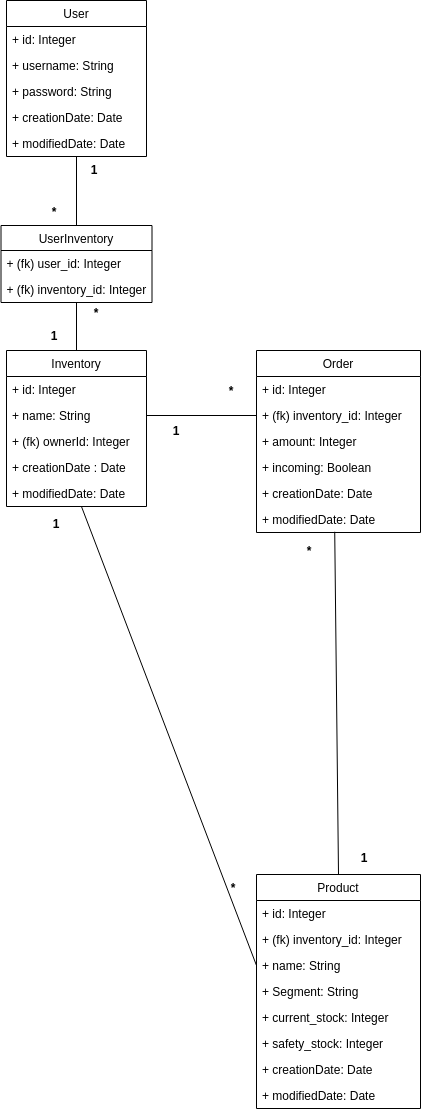
This is documents/pictures/tietokantakaavio_V4.png from jkukko/InventoryManagement, a draw.io export, as it was before one commit. Source tidied: cells renumbered, new cells last; positions are measured from the earlier drawing's top-left corner, leaving out a move shared by most shapes.
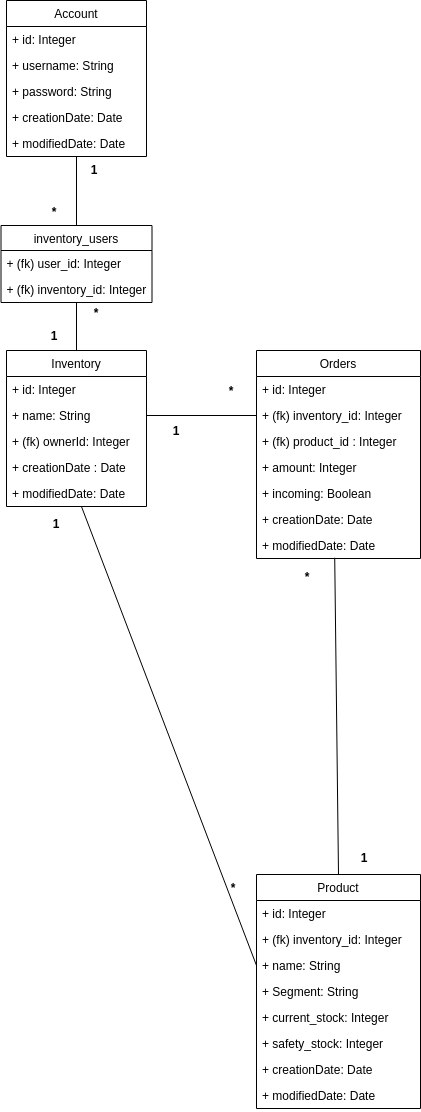
After the change.

Change to the diagram source:
```diff
@@ -7,7 +7,7 @@
         <mxPoint x="256" y="415" as="targetPoint" />
       </mxGeometry>
     </mxCell>
-    <mxCell id="3" value="User" style="swimlane;fontStyle=0;horizontal=1;startSize=26;fillColor=none;" parent="1" vertex="1">
+    <mxCell id="3" value="Account" style="swimlane;fontStyle=0;horizontal=1;startSize=26;fillColor=none;" parent="1" vertex="1">
       <mxGeometry x="6" width="140" height="156" as="geometry" />
     </mxCell>
     <mxCell id="4" value="+ id: Integer" style="text;strokeColor=none;fillColor=none;align=left;verticalAlign=top;spacingLeft=4;spacingRight=4;overflow=hidden;" parent="3" vertex="1">
@@ -25,8 +25,8 @@
     <mxCell id="8" value="+ modifiedDate: Date" style="text;strokeColor=none;fillColor=none;align=left;verticalAlign=top;spacingLeft=4;spacingRight=4;overflow=hidden;points=[[0,0.5],[1,0.5]];portConstraint=eastwest;" parent="3" vertex="1">
       <mxGeometry y="130" width="140" height="26" as="geometry" />
     </mxCell>
-    <mxCell id="9" value="Order" style="swimlane;fontStyle=0;horizontal=1;startSize=26;fillColor=none;" parent="1" vertex="1">
-      <mxGeometry x="256" y="350" width="164" height="182" as="geometry" />
+    <mxCell id="9" value="Orders" style="swimlane;fontStyle=0;horizontal=1;startSize=26;fillColor=none;" parent="1" vertex="1">
+      <mxGeometry x="256" y="350" width="164" height="208" as="geometry" />
     </mxCell>
     <mxCell id="10" value="+ id: Integer" style="text;strokeColor=none;fillColor=none;align=left;verticalAlign=top;spacingLeft=4;spacingRight=4;overflow=hidden;" parent="9" vertex="1">
       <mxGeometry y="26" width="164" height="26" as="geometry" />
@@ -34,17 +34,20 @@
     <mxCell id="11" value="+ (fk) inventory_id: Integer" style="text;strokeColor=none;fillColor=none;align=left;verticalAlign=top;spacingLeft=4;spacingRight=4;overflow=hidden;" parent="9" vertex="1">
       <mxGeometry y="52" width="164" height="26" as="geometry" />
     </mxCell>
+    <mxCell id="48" value="+ (fk) product_id : Integer" style="text;strokeColor=none;fillColor=none;align=left;verticalAlign=top;spacingLeft=4;spacingRight=4;overflow=hidden;" parent="9" vertex="1">
+      <mxGeometry y="78" width="164" height="26" as="geometry" />
+    </mxCell>
     <mxCell id="12" value="+ amount: Integer" style="text;strokeColor=none;fillColor=none;align=left;verticalAlign=top;spacingLeft=4;spacingRight=4;overflow=hidden;" parent="9" vertex="1">
-      <mxGeometry y="78" width="164" height="26" as="geometry" />
+      <mxGeometry y="104" width="164" height="26" as="geometry" />
     </mxCell>
     <mxCell id="13" value="+ incoming: Boolean" style="text;strokeColor=none;fillColor=none;align=left;verticalAlign=top;spacingLeft=4;spacingRight=4;overflow=hidden;" parent="9" vertex="1">
-      <mxGeometry y="104" width="164" height="26" as="geometry" />
+      <mxGeometry y="130" width="164" height="26" as="geometry" />
     </mxCell>
     <mxCell id="14" value="+ creationDate: Date" style="text;strokeColor=none;fillColor=none;align=left;verticalAlign=top;spacingLeft=4;spacingRight=4;overflow=hidden;" parent="9" vertex="1">
-      <mxGeometry y="130" width="164" height="26" as="geometry" />
+      <mxGeometry y="156" width="164" height="26" as="geometry" />
     </mxCell>
     <mxCell id="15" value="+ modifiedDate: Date" style="text;strokeColor=none;fillColor=none;align=left;verticalAlign=top;spacingLeft=4;spacingRight=4;overflow=hidden;points=[[0,0.5],[1,0.5]];portConstraint=eastwest;" parent="9" vertex="1">
-      <mxGeometry y="156" width="164" height="26" as="geometry" />
+      <mxGeometry y="182" width="164" height="26" as="geometry" />
     </mxCell>
     <mxCell id="16" value="Inventory" style="swimlane;fontStyle=0;horizontal=1;startSize=26;fillColor=none;" parent="1" vertex="1">
       <mxGeometry x="6" y="350" width="140" height="156" as="geometry" />
@@ -77,7 +80,7 @@
       <mxGeometry x="156" y="420" width="40" height="20" as="geometry" />
     </mxCell>
     <mxCell id="26" value="&lt;b&gt;*&lt;/b&gt;" style="text;html=1;strokeColor=none;fillColor=none;align=center;verticalAlign=middle;whiteSpace=wrap;rounded=0;" parent="1" vertex="1">
-      <mxGeometry x="289" y="540" width="40" height="20" as="geometry" />
+      <mxGeometry x="287" y="566" width="40" height="20" as="geometry" />
     </mxCell>
     <mxCell id="27" style="endArrow=none;html=1;exitX=0.5;exitY=0;exitDx=0;exitDy=0;entryX=0.477;entryY=0.972;entryDx=0;entryDy=0;entryPerimeter=0;" parent="1" edge="1" source="39" target="15">
       <mxGeometry relative="1" as="geometry" />
@@ -94,7 +97,7 @@
     <mxCell id="31" value="&lt;b&gt;*&lt;/b&gt;" style="text;html=1;strokeColor=none;fillColor=none;align=center;verticalAlign=middle;whiteSpace=wrap;rounded=0;" parent="1" vertex="1">
       <mxGeometry x="213" y="877" width="40" height="20" as="geometry" />
     </mxCell>
-    <mxCell id="32" value="UserInventory" style="swimlane;fontStyle=0;horizontal=1;startSize=25;fillColor=none;" parent="1" vertex="1">
+    <mxCell id="32" value="inventory_users" style="swimlane;fontStyle=0;horizontal=1;startSize=25;fillColor=none;" parent="1" vertex="1">
       <mxGeometry x="0.5" y="225" width="151" height="77" as="geometry" />
     </mxCell>
     <mxCell id="33" value="+ (fk) user_id: Integer" style="text;strokeColor=none;fillColor=none;align=left;verticalAlign=top;spacingLeft=4;spacingRight=4;overflow=hidden;" parent="32" vertex="1">
```
